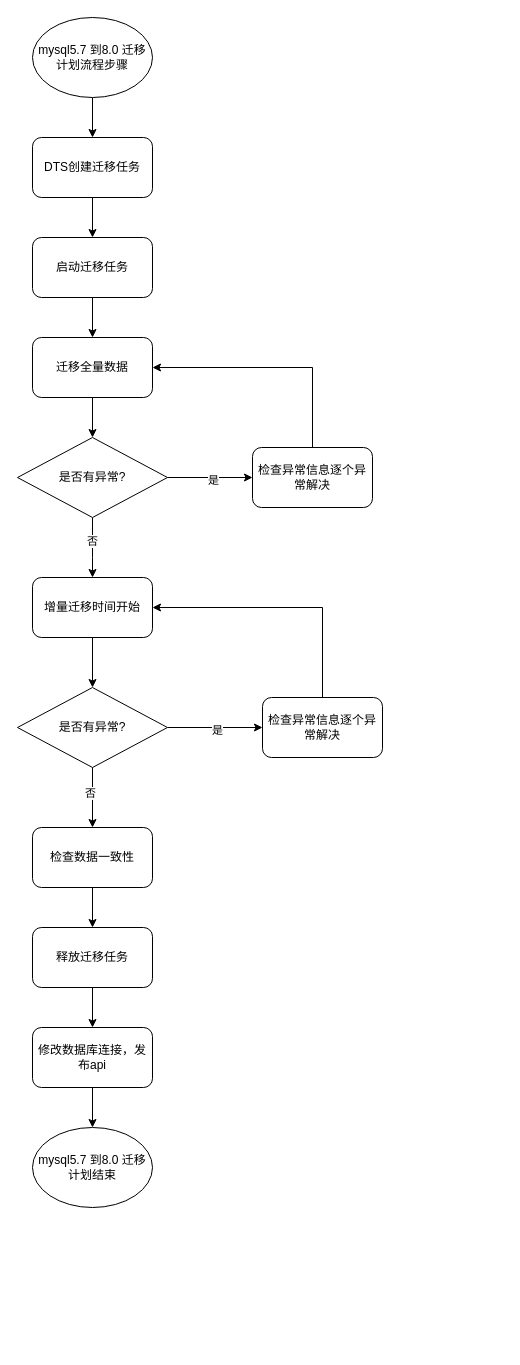
Earlier version of the draw.io diagram mysql 5.7升级8.0.drawio (wingtian/SAP_F). Source tidied: cells renumbered, new cells numbered last; positions are measured from the earlier drawing's top-left corner, leaving out a move shared by most shapes. Both pictures are drawn from the tidied source at 100%, with x=0, y=0 at pixel (17, 17).
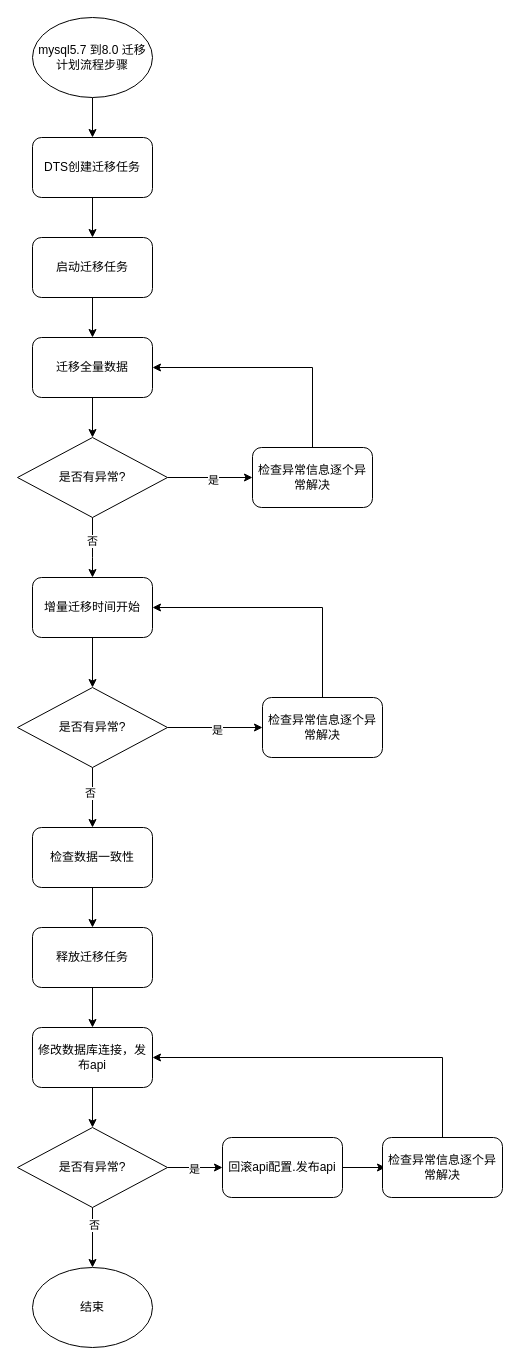
The same diagram, later.

The change refers to these unchanged cells:
```xml
<mxCell id="17" value="修改数据库连接，发布api" style="rounded=1;whiteSpace=wrap;html=1;" parent="1" vertex="1">
  <mxGeometry x="15" y="1010" width="120" height="60" as="geometry" />
</mxCell>
```

What changed in the source:
```diff
@@
-    <mxCell id="16" style="edgeStyle=orthogonalEdgeStyle;rounded=0;jettySize=auto;html=1;" parent="1" edge="1" source="17" target="32">
-      <mxGeometry relative="1" as="geometry" />
-    </mxCell>
+    <mxCell id="33" style="edgeStyle=orthogonalEdgeStyle;rounded=0;jettySize=auto;html=1;" parent="1" edge="1" source="17" target="38">
+      <mxGeometry relative="1" as="geometry" />
+    </mxCell>
@@
-    <mxCell id="32" value="mysql5.7 到8.0 迁移计划结束" style="ellipse;whiteSpace=wrap;html=1;" parent="1" vertex="1">
-      <mxGeometry x="15" y="1110" width="120" height="80" as="geometry" />
+    <mxCell id="32" value="结束" style="ellipse;whiteSpace=wrap;html=1;" parent="1" vertex="1">
+      <mxGeometry x="15" y="1250" width="120" height="80" as="geometry" />
     </mxCell>
+    <mxCell id="34" style="edgeStyle=orthogonalEdgeStyle;rounded=0;jettySize=auto;html=1;" parent="1" edge="1" source="38" target="32">
+      <mxGeometry relative="1" as="geometry" />
+    </mxCell>
+    <mxCell id="35" value="否" style="edgeLabel;html=1;align=center;verticalAlign=middle;" parent="34" vertex="1">
+      <mxGeometry x="-0.43" y="1" relative="1" as="geometry" />
+    </mxCell>
+    <mxCell id="36" style="edgeStyle=orthogonalEdgeStyle;rounded=0;jettySize=auto;html=1;entryX=0;entryY=0.5;entryDx=0;entryDy=0;" parent="1" edge="1" source="38" target="40">
+      <mxGeometry relative="1" as="geometry" />
+    </mxCell>
+    <mxCell id="37" value="是" style="edgeLabel;html=1;align=center;verticalAlign=middle;" parent="36" vertex="1">
+      <mxGeometry x="-0.06" y="-1" relative="1" as="geometry" />
+    </mxCell>
+    <mxCell id="38" value="是否有异常?" style="rhombus;whiteSpace=wrap;html=1;" parent="1" vertex="1">
+      <mxGeometry y="1110" width="150" height="80" as="geometry" />
+    </mxCell>
+    <mxCell id="39" style="edgeStyle=orthogonalEdgeStyle;rounded=0;jettySize=auto;html=1;" parent="1" edge="1" source="40">
+      <mxGeometry relative="1" as="geometry">
+        <mxPoint x="368" y="1150" as="targetPoint" />
+      </mxGeometry>
+    </mxCell>
+    <mxCell id="40" value="回滚api配置.发布api" style="rounded=1;whiteSpace=wrap;html=1;" parent="1" vertex="1">
+      <mxGeometry x="205" y="1120" width="120" height="60" as="geometry" />
+    </mxCell>
+    <mxCell id="41" style="edgeStyle=orthogonalEdgeStyle;rounded=0;jettySize=auto;html=1;entryX=1;entryY=0.5;entryDx=0;entryDy=0;" parent="1" edge="1" source="42" target="17">
+      <mxGeometry relative="1" as="geometry">
+        <Array as="points">
+          <mxPoint x="425" y="1040" />
+        </Array>
+      </mxGeometry>
+    </mxCell>
+    <mxCell id="42" value="检查异常信息逐个异常解决" style="rounded=1;whiteSpace=wrap;html=1;" parent="1" vertex="1">
+      <mxGeometry x="365" y="1120" width="120" height="60" as="geometry" />
+    </mxCell>
```
